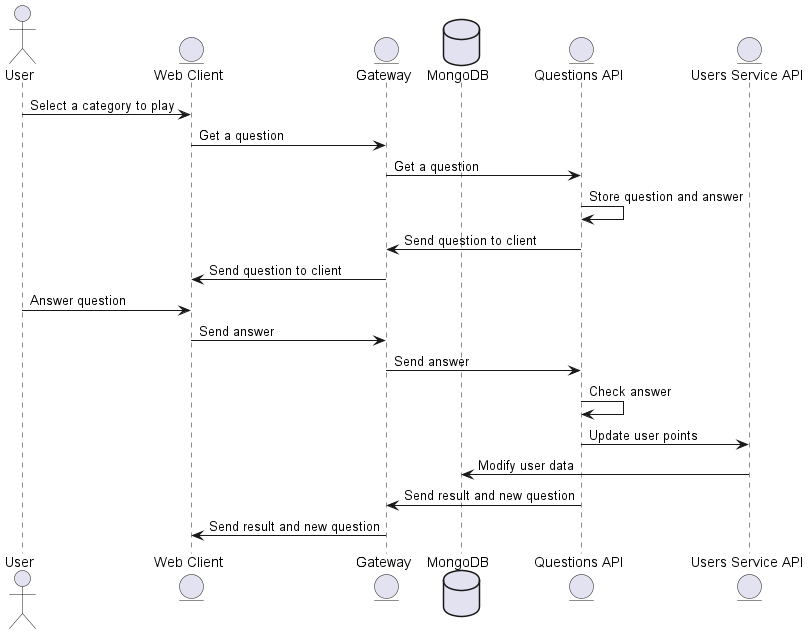
Above: images/playing_diagram.png in Arquisoft/wiq_en1a (PlantUML), before the change.
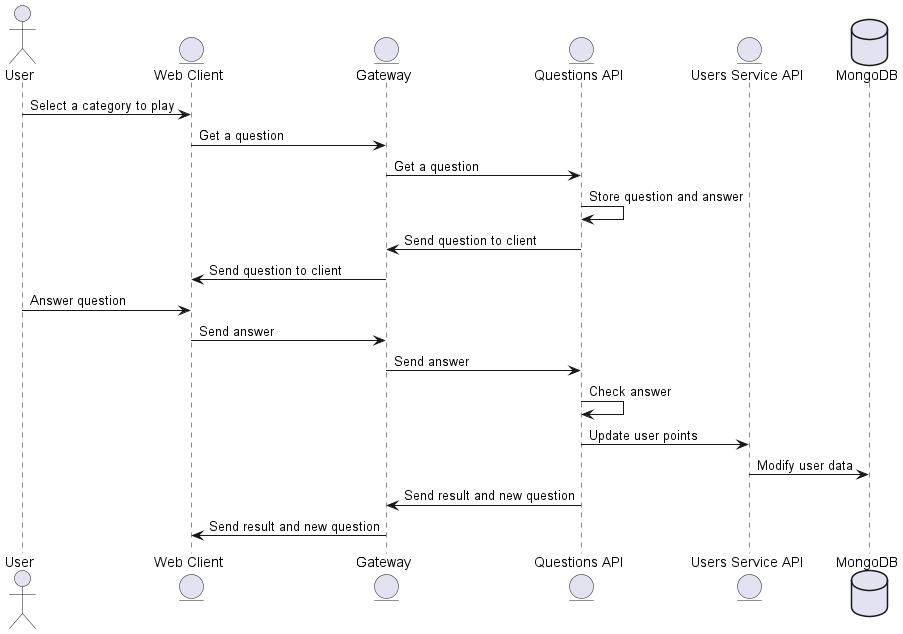
The same file after the commit.

The edit, as a diff of the source:
```diff
@@ -2,9 +2,9 @@
 actor User
 entity WEBC as "Web Client"
 entity GW as "Gateway"
-database DB as "MongoDB"
 entity QU as "Questions API"
 entity USERS as "Users Service API"
+database DB as "MongoDB"
 
 User -> WEBC: Select a category to play
 WEBC -> GW: Get a question
```
